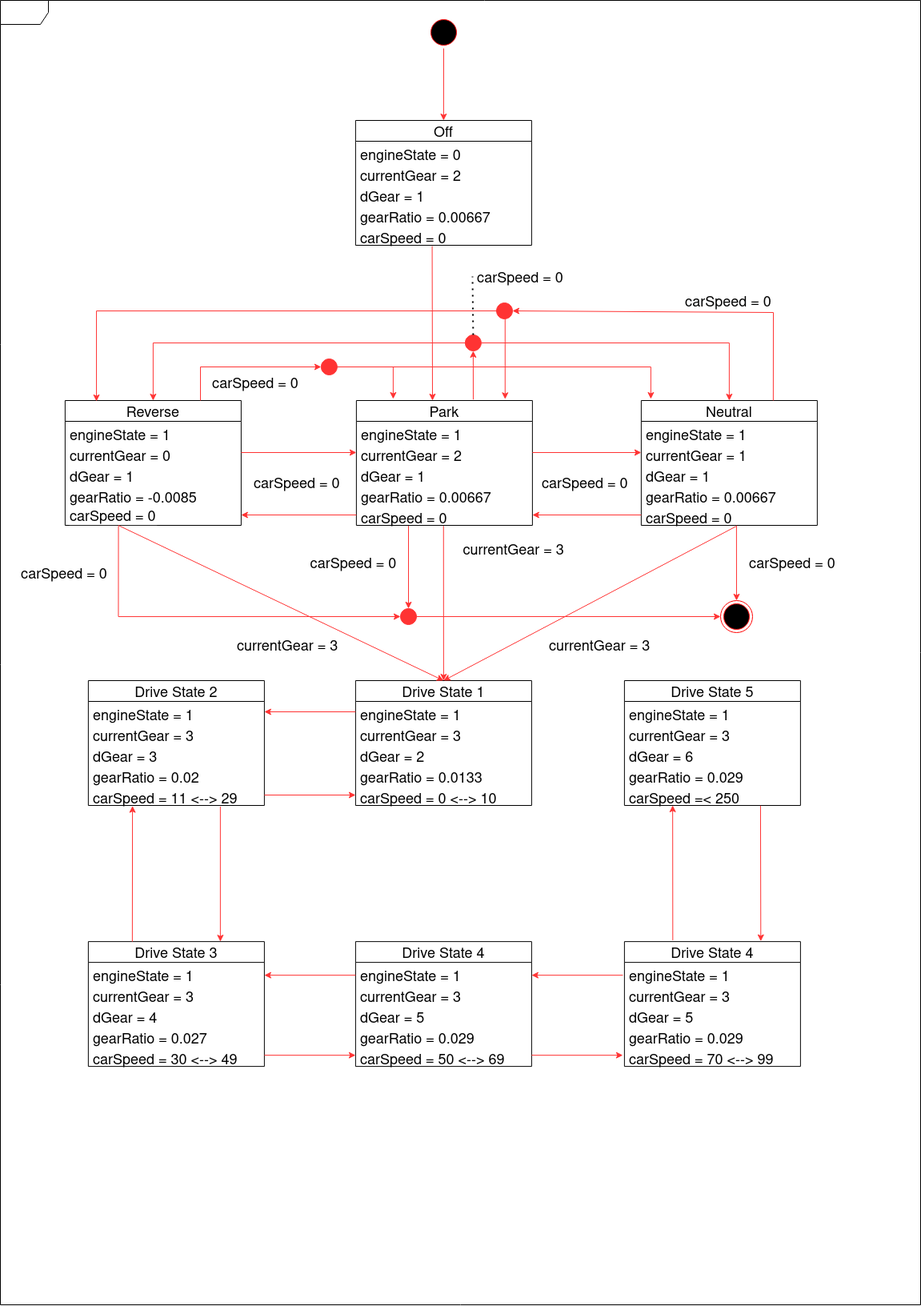
Earlier version of the draw.io export docs/State Diagram (Rev 2).png (MatthewYung0/volvo-boot-camp-2022-smokey-lab). Source tidied: cells renumbered, new cells last; positions are measured from the earlier drawing's top-left corner, leaving out a move shared by most shapes.
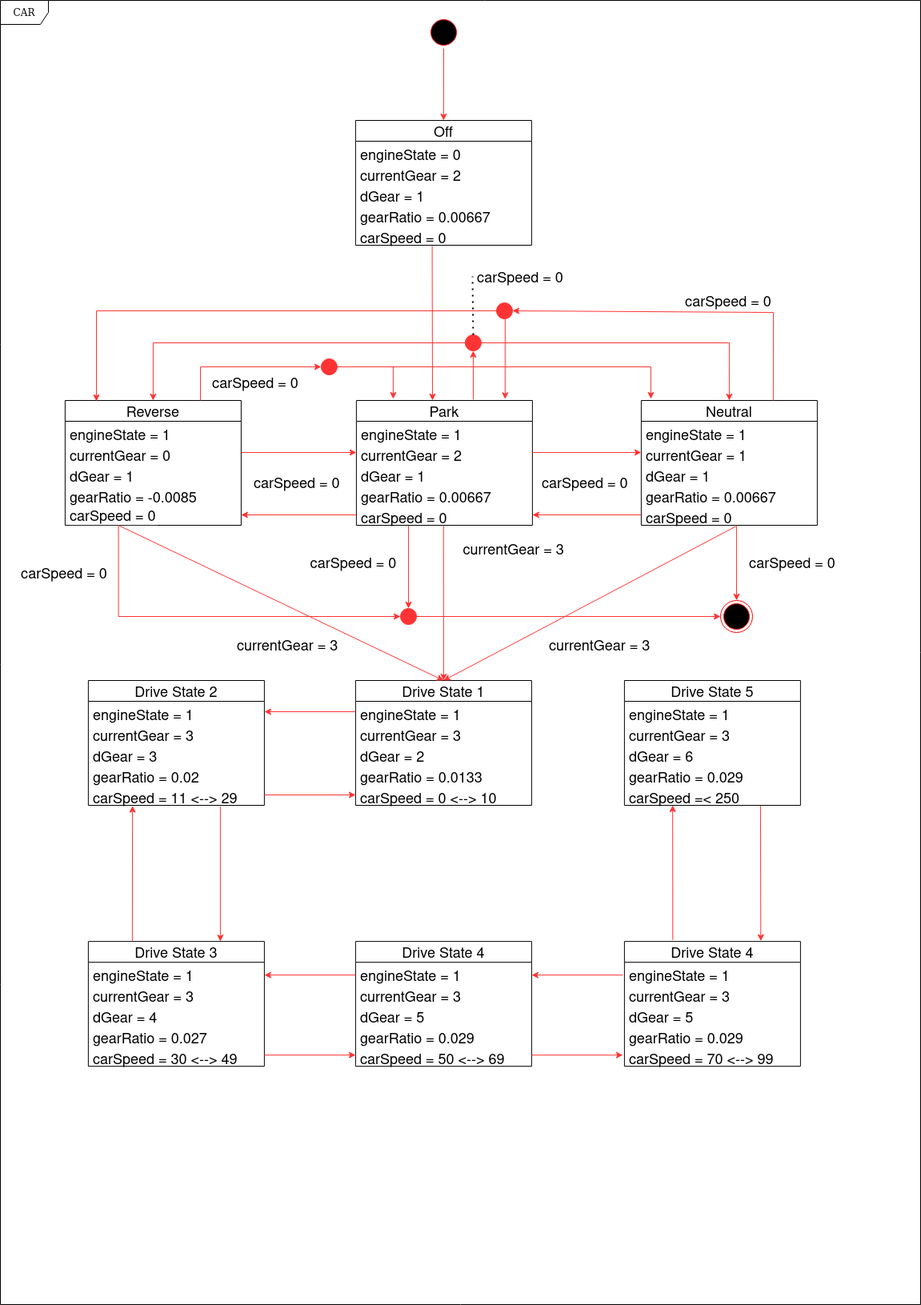
Above is the later version.

Change to the diagram source:
```diff
@@ -2,7 +2,7 @@
   <root>
     <mxCell id="0" />
     <mxCell id="1" parent="0" />
-    <mxCell id="2" value="&amp;nbsp;" style="shape=umlFrame;whiteSpace=wrap;html=1;rounded=1;shadow=0;comic=0;labelBackgroundColor=none;strokeWidth=1;fontFamily=Verdana;fontSize=12;align=center;" parent="1" vertex="1">
+    <mxCell id="2" value="CAR" style="shape=umlFrame;whiteSpace=wrap;html=1;rounded=1;shadow=0;comic=0;labelBackgroundColor=none;strokeWidth=1;fontFamily=Verdana;fontSize=12;align=center;" parent="1" vertex="1">
       <mxGeometry width="1150" height="1630" as="geometry" />
     </mxCell>
     <mxCell id="3" style="ellipse;html=1;shape=startState;fillColor=#000000;strokeColor=#ff0000;rounded=1;shadow=0;comic=0;labelBackgroundColor=none;fontFamily=Verdana;fontSize=12;fontColor=#000000;align=center;direction=south;" parent="1" vertex="1">
```
